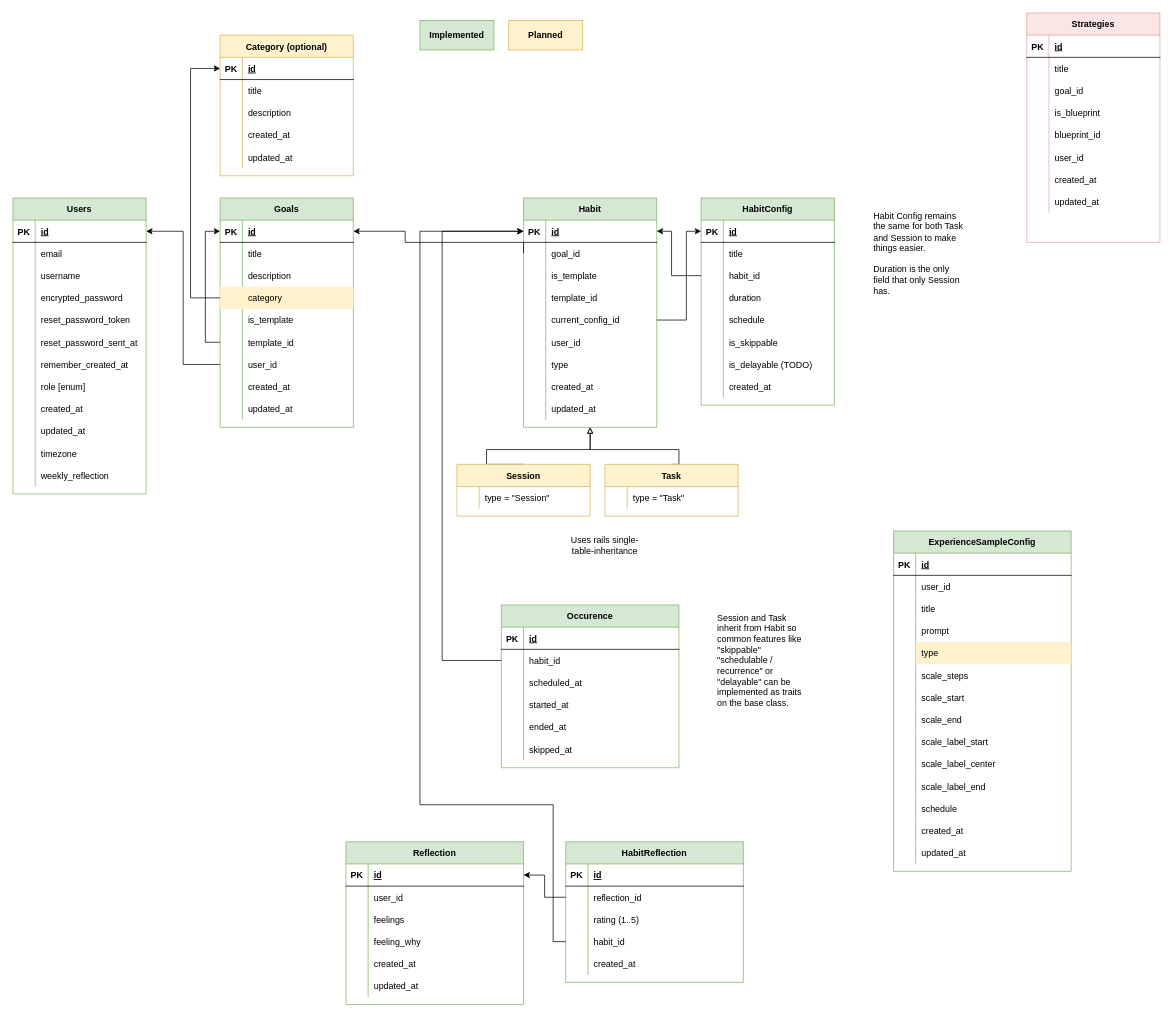
The draw.io diagram reqs/DB Model.drawio in AlexanderLill/yahtapp-web, before the edit. Source tidied: cells renumbered, new cells numbered last; positions are measured from the earlier drawing's top-left corner, leaving out a move shared by most shapes. Both pictures are drawn from the tidied source at 74%, with x=0, y=0 at pixel (13, 13).
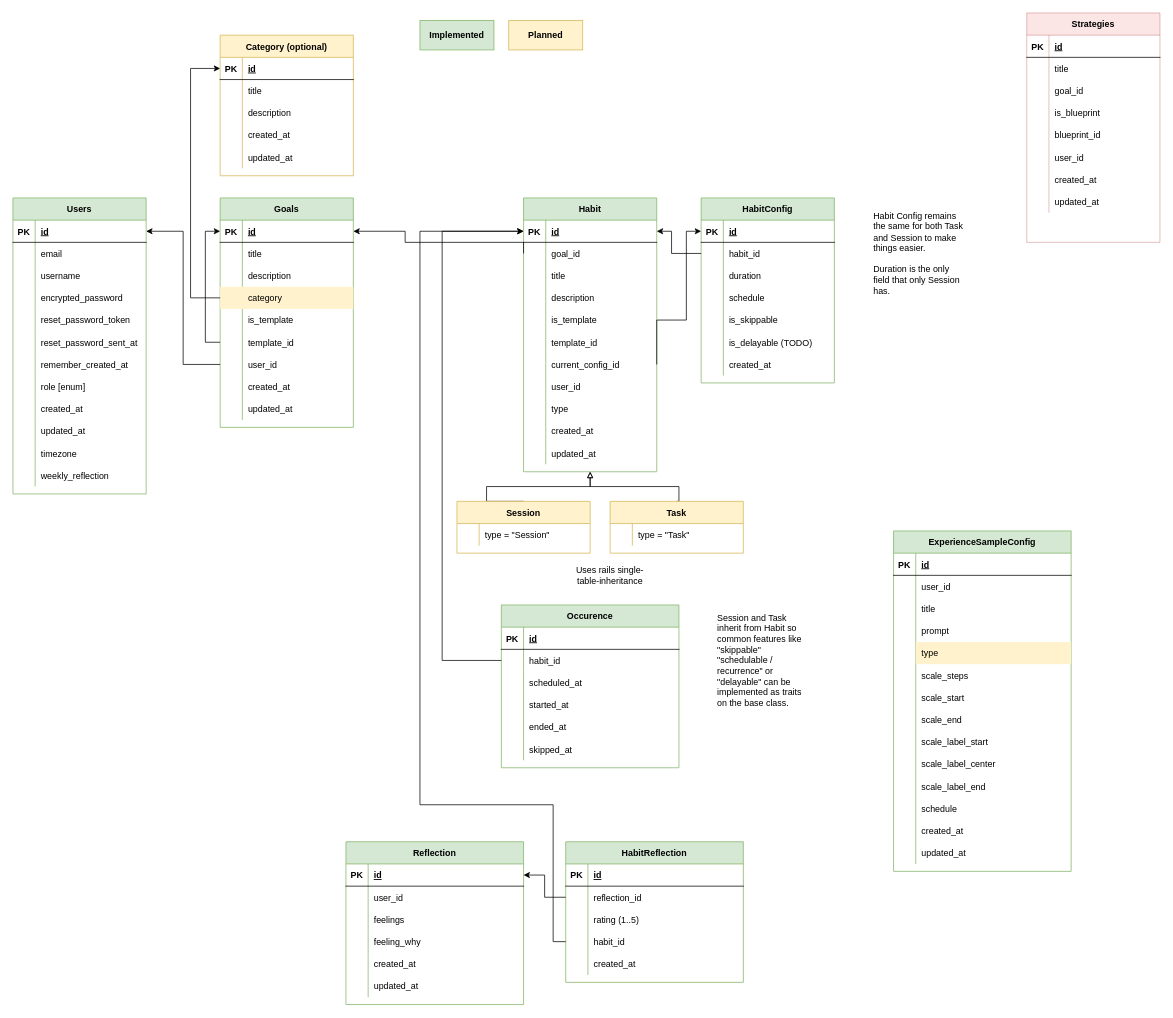
The same page after the edit.

Commit message:
Update db model drawing

The change refers to these unchanged cells:
```xml
<mxCell id="94" style="shape=partialRectangle;fillColor=none;top=0;left=0;bottom=1;right=0;points=[[0,0.5],[1,0.5]];portConstraint=eastwest;" parent="93" vertex="1">
  <mxGeometry y="30" width="180" height="30" as="geometry" />
</mxCell>
```

What changed in the source:
```diff
@@
     <mxCell id="93" value="Habit" style="shape=table;startSize=30;childLayout=tableLayout;rowLines=0;fontStyle=1;align=center;fillColor=#d5e8d4;strokeColor=#82b366;" parent="1" vertex="1">
-      <mxGeometry x="690" y="250" width="180" height="310" as="geometry" />
+      <mxGeometry x="690" y="250" width="180" height="370" as="geometry" />
     </mxCell>
@@
+    <mxCell id="282" style="shape=partialRectangle;fillColor=none;top=0;left=0;bottom=0;right=0;" parent="93" vertex="1">
+      <mxGeometry y="90" width="180" height="30" as="geometry" />
+    </mxCell>
+    <mxCell id="283" style="shape=partialRectangle;fillColor=none;top=0;left=0;bottom=0;right=0;overflow=hidden;" parent="282" vertex="1">
+      <mxGeometry width="30" height="30" as="geometry" />
+    </mxCell>
+    <mxCell id="212" value="title" style="shape=partialRectangle;top=0;left=0;bottom=0;right=0;align=left;spacingLeft=6;overflow=hidden;fillColor=none;" parent="282" vertex="1">
+      <mxGeometry x="30" width="150" height="30" as="geometry" />
+    </mxCell>
+    <mxCell id="284" style="shape=partialRectangle;fillColor=none;top=0;left=0;bottom=0;right=0;" parent="93" vertex="1">
+      <mxGeometry y="120" width="180" height="30" as="geometry" />
+    </mxCell>
+    <mxCell id="285" style="shape=partialRectangle;fillColor=none;top=0;left=0;bottom=0;right=0;overflow=hidden;" parent="284" vertex="1">
+      <mxGeometry width="30" height="30" as="geometry" />
+    </mxCell>
+    <mxCell id="286" value="description" style="shape=partialRectangle;top=0;left=0;bottom=0;right=0;align=left;spacingLeft=6;overflow=hidden;fillColor=none;" parent="284" vertex="1">
+      <mxGeometry x="30" width="150" height="30" as="geometry" />
+    </mxCell>
     <mxCell id="100" style="shape=partialRectangle;fillColor=none;top=0;left=0;bottom=0;right=0;" parent="93" vertex="1">
-      <mxGeometry y="90" width="180" height="30" as="geometry" />
+      <mxGeometry y="150" width="180" height="30" as="geometry" />
     </mxCell>
@@
     <mxCell id="103" style="shape=partialRectangle;fillColor=none;top=0;left=0;bottom=0;right=0;" parent="93" vertex="1">
-      <mxGeometry y="120" width="180" height="30" as="geometry" />
+      <mxGeometry y="180" width="180" height="30" as="geometry" />
     </mxCell>
@@
     <mxCell id="106" style="shape=partialRectangle;fillColor=none;top=0;left=0;bottom=0;right=0;points=[[0,0.5],[1,0.5]];portConstraint=eastwest;" parent="93" vertex="1">
-      <mxGeometry y="150" width="180" height="30" as="geometry" />
+      <mxGeometry y="210" width="180" height="30" as="geometry" />
     </mxCell>
@@
     <mxCell id="109" style="shape=partialRectangle;fillColor=none;top=0;left=0;bottom=0;right=0;" parent="93" vertex="1">
-      <mxGeometry y="180" width="180" height="30" as="geometry" />
+      <mxGeometry y="240" width="180" height="30" as="geometry" />
     </mxCell>
@@
     <mxCell id="112" style="shape=partialRectangle;fillColor=none;top=0;left=0;bottom=0;right=0;" parent="93" vertex="1">
-      <mxGeometry y="210" width="180" height="30" as="geometry" />
+      <mxGeometry y="270" width="180" height="30" as="geometry" />
     </mxCell>
@@
     <mxCell id="115" style="shape=partialRectangle;fillColor=none;top=0;left=0;bottom=0;right=0;" parent="93" vertex="1">
-      <mxGeometry y="240" width="180" height="30" as="geometry" />
+      <mxGeometry y="300" width="180" height="30" as="geometry" />
     </mxCell>
@@
     <mxCell id="118" style="shape=partialRectangle;fillColor=none;top=0;left=0;bottom=0;right=0;" parent="93" vertex="1">
-      <mxGeometry y="270" width="180" height="30" as="geometry" />
+      <mxGeometry y="330" width="180" height="30" as="geometry" />
     </mxCell>
@@
     <mxCell id="140" style="edgeStyle=orthogonalEdgeStyle;rounded=0;jettySize=auto;html=1;exitX=0.5;exitY=0;exitDx=0;exitDy=0;entryX=0.5;entryY=1;entryDx=0;entryDy=0;endArrow=block;endFill=0;" parent="1" edge="1" source="141" target="93">
       <mxGeometry relative="1" as="geometry">
         <Array as="points">
-          <mxPoint x="640" y="590" />
-          <mxPoint x="780" y="590" />
+          <mxPoint x="640" y="660" />
+          <mxPoint x="640" y="640" />
+          <mxPoint x="780" y="640" />
         </Array>
       </mxGeometry>
     </mxCell>
     <mxCell id="141" value="Session" style="shape=table;startSize=30;childLayout=tableLayout;rowLines=0;fontStyle=1;align=center;fillColor=#fff2cc;strokeColor=#d6b656;" parent="1" vertex="1">
-      <mxGeometry x="600" y="610" width="180" height="70" as="geometry" />
+      <mxGeometry x="600" y="660" width="180" height="70" as="geometry" />
     </mxCell>
@@
     <mxCell id="145" value="Uses rails single-table-inheritance" style="text;html=1;strokeColor=none;fillColor=none;align=center;verticalAlign=middle;whiteSpace=wrap;rounded=0;" parent="1" vertex="1">
-      <mxGeometry x="740" y="700" width="120" height="40" as="geometry" />
+      <mxGeometry x="747" y="740" width="120" height="40" as="geometry" />
     </mxCell>
     <mxCell id="146" style="edgeStyle=orthogonalEdgeStyle;rounded=0;jettySize=auto;html=1;exitX=0.5;exitY=0;exitDx=0;exitDy=0;endArrow=block;endFill=0;entryX=0.5;entryY=1;entryDx=0;entryDy=0;" parent="1" edge="1" source="147" target="93">
       <mxGeometry relative="1" as="geometry">
         <Array as="points">
-          <mxPoint x="900" y="590" />
-          <mxPoint x="780" y="590" />
+          <mxPoint x="900" y="660" />
+          <mxPoint x="900" y="640" />
+          <mxPoint x="780" y="640" />
         </Array>
       </mxGeometry>
     </mxCell>
     <mxCell id="147" value="Task" style="shape=table;startSize=30;childLayout=tableLayout;rowLines=0;fontStyle=1;align=center;fillColor=#fff2cc;strokeColor=#d6b656;" parent="1" vertex="1">
-      <mxGeometry x="800" y="610" width="180" height="70" as="geometry" />
+      <mxGeometry x="807" y="660" width="180" height="70" as="geometry" />
     </mxCell>
@@
     <mxCell id="206" value="HabitConfig" style="shape=table;startSize=30;childLayout=tableLayout;rowLines=0;fontStyle=1;align=center;fillColor=#d5e8d4;strokeColor=#82b366;" parent="1" vertex="1">
-      <mxGeometry x="930" y="250" width="180" height="280" as="geometry" />
+      <mxGeometry x="930" y="250" width="180" height="250" as="geometry" />
     </mxCell>
@@
-    <mxCell id="210" style="shape=partialRectangle;fillColor=none;top=0;left=0;bottom=0;right=0;" parent="206" vertex="1">
-      <mxGeometry y="60" width="180" height="30" as="geometry" />
-    </mxCell>
-    <mxCell id="211" style="shape=partialRectangle;fillColor=none;top=0;left=0;bottom=0;right=0;overflow=hidden;" parent="210" vertex="1">
-      <mxGeometry width="30" height="30" as="geometry" />
-    </mxCell>
-    <mxCell id="212" value="title" style="shape=partialRectangle;fillColor=none;top=0;left=0;bottom=0;right=0;align=left;spacingLeft=6;overflow=hidden;" parent="210" vertex="1">
-      <mxGeometry x="30" width="150" height="30" as="geometry" />
-    </mxCell>
     <mxCell id="213" style="shape=partialRectangle;fillColor=none;top=0;left=0;bottom=0;right=0;points=[[0,0.5],[1,0.5]];portConstraint=eastwest;" parent="206" vertex="1">
-      <mxGeometry y="90" width="180" height="30" as="geometry" />
+      <mxGeometry y="60" width="180" height="30" as="geometry" />
     </mxCell>
@@
     <mxCell id="216" style="shape=partialRectangle;fillColor=none;top=0;left=0;bottom=0;right=0;" parent="206" vertex="1">
-      <mxGeometry y="120" width="180" height="30" as="geometry" />
+      <mxGeometry y="90" width="180" height="30" as="geometry" />
     </mxCell>
@@
     <mxCell id="219" style="shape=partialRectangle;fillColor=none;top=0;left=0;bottom=0;right=0;" parent="206" vertex="1">
-      <mxGeometry y="150" width="180" height="30" as="geometry" />
+      <mxGeometry y="120" width="180" height="30" as="geometry" />
     </mxCell>
@@
     <mxCell id="222" style="shape=partialRectangle;fillColor=none;top=0;left=0;bottom=0;right=0;" parent="206" vertex="1">
-      <mxGeometry y="180" width="180" height="30" as="geometry" />
+      <mxGeometry y="150" width="180" height="30" as="geometry" />
     </mxCell>
@@
     <mxCell id="225" style="shape=partialRectangle;fillColor=none;top=0;left=0;bottom=0;right=0;" parent="206" vertex="1">
-      <mxGeometry y="210" width="180" height="30" as="geometry" />
+      <mxGeometry y="180" width="180" height="30" as="geometry" />
     </mxCell>
@@
     <mxCell id="228" style="shape=partialRectangle;fillColor=none;top=0;left=0;bottom=0;right=0;" parent="206" vertex="1">
-      <mxGeometry y="240" width="180" height="30" as="geometry" />
+      <mxGeometry y="210" width="180" height="30" as="geometry" />
     </mxCell>
@@
     <mxCell id="232" style="edgeStyle=orthogonalEdgeStyle;rounded=0;jettySize=auto;html=1;exitX=0;exitY=0.5;exitDx=0;exitDy=0;entryX=1;entryY=0.5;entryDx=0;entryDy=0;" parent="1" edge="1" source="213" target="94">
       <mxGeometry relative="1" as="geometry">
         <Array as="points">
-          <mxPoint x="890" y="355" />
+          <mxPoint x="890" y="325" />
           <mxPoint x="890" y="295" />
         </Array>
       </mxGeometry>
     </mxCell>
```
